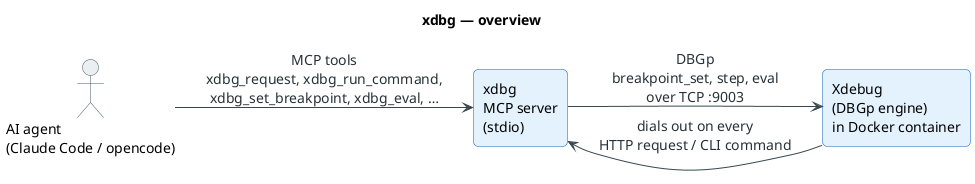
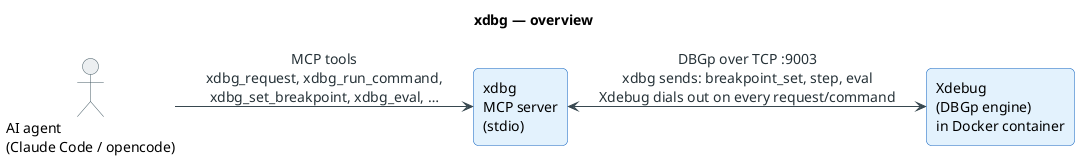
@startuml xdbg-overview

left to right direction

skinparam backgroundColor #FFFFFF
skinparam shadowing false
skinparam defaultFontName "Helvetica"
skinparam defaultFontSize 14
skinparam roundCorner 10
skinparam ArrowColor #37474F
skinparam ArrowFontColor #263238
skinparam package {
  BorderColor #607D8B
  FontStyle bold
  BackgroundColor #FAFAFA
}
skinparam rectangle {
  BackgroundColor #E3F2FD
  BorderColor #1565C0
}
skinparam actor {
  BackgroundColor #ECEFF1
  BorderColor #455A64
}

title xdbg — overview

actor "AI agent\n(Claude Code / opencode)" as agent
rectangle "xdbg\nMCP server\n(stdio)" as xdbg
rectangle "Xdebug\n(DBGp engine)\nin Docker container" as xdebug

agent --> xdbg : "MCP tools\nxdbg_request, xdbg_run_command,\nxdbg_set_breakpoint, xdbg_eval, …"
- xdbg --> xdebug : "DBGp\nbreakpoint_set, step, eval\nover TCP :9003"
- xdebug --> xdbg : "dials out on every\nHTTP request / CLI command"
+ xdbg <--> xdebug : "DBGp over TCP :9003\nxdbg sends: breakpoint_set, step, eval\nXdebug dials out on every request/command"

@enduml